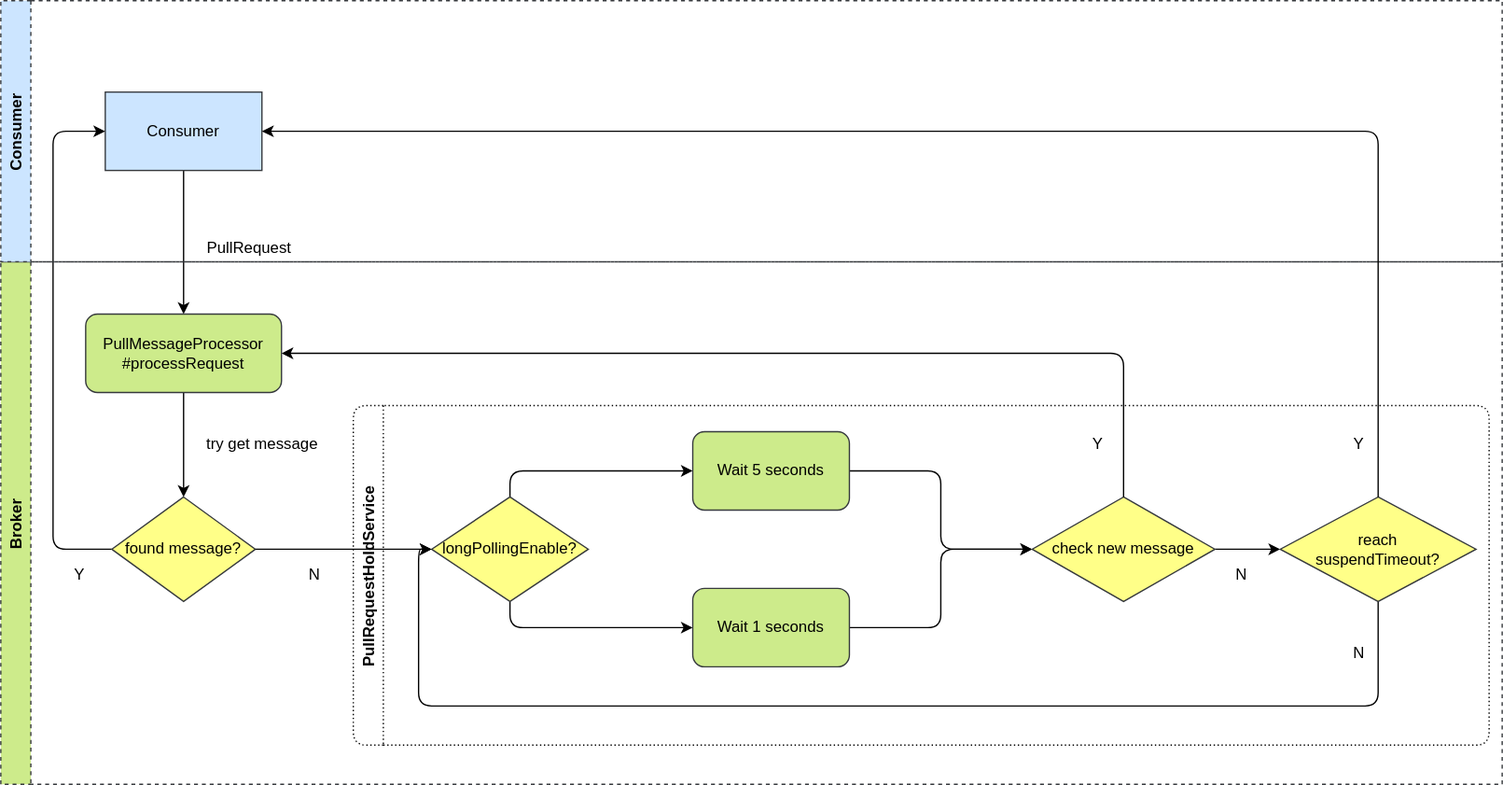
The draw.io diagram rocketmq/consume/long_polling_activity.drawio.svg in HScarb/drawio-diagrams, before a commit. Source tidied: cells renumbered, new cells last; positions are measured from the earlier drawing's top-left corner, leaving out a move shared by most shapes.
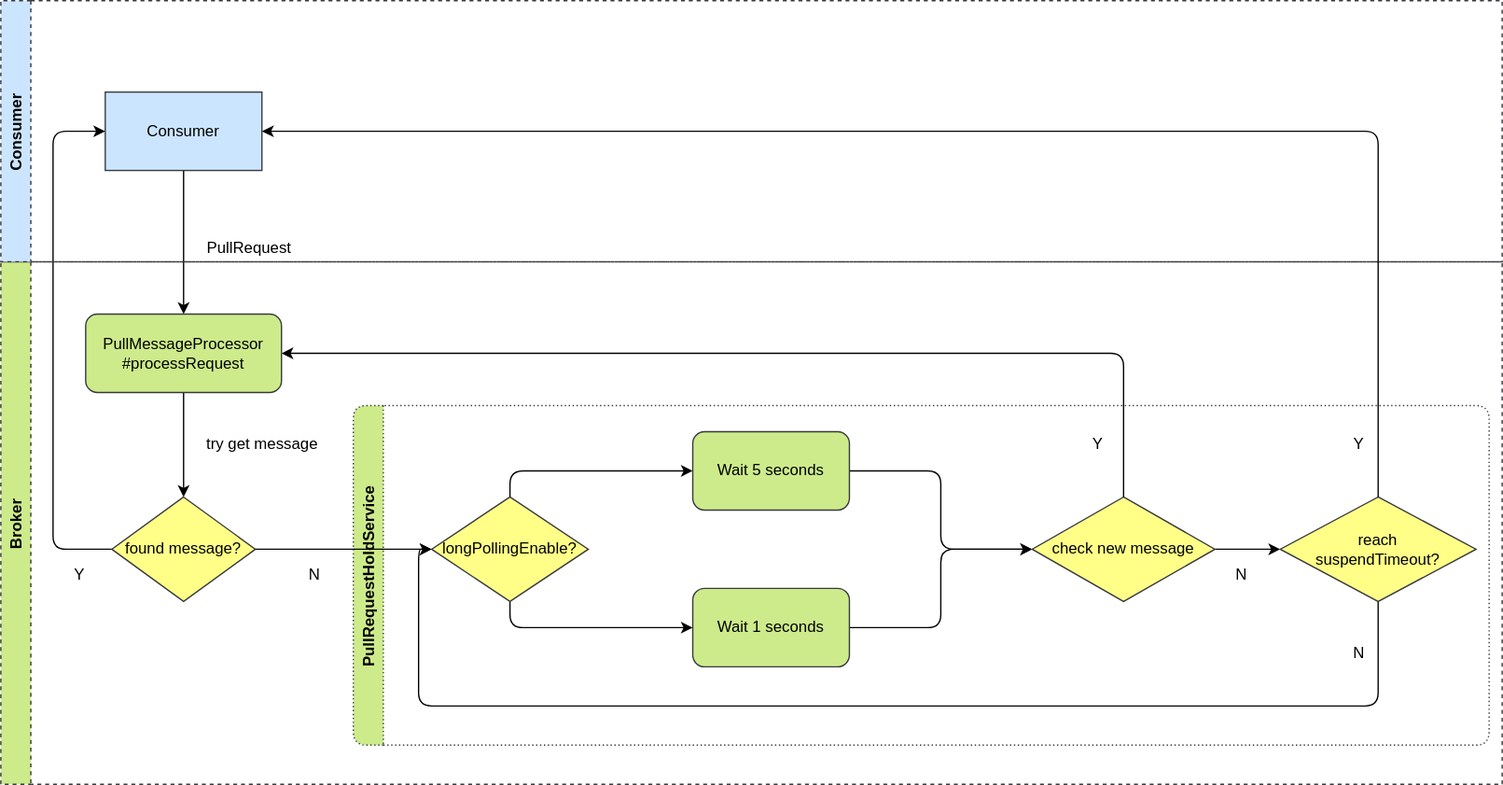
The same diagram one commit later.

Diff of the diagram source:
```diff
@@ -88,7 +88,7 @@
     <mxCell id="26" value="Broker" style="swimlane;horizontal=0;rounded=0;shadow=0;sketch=0;gradientDirection=south;dashed=1;strokeWidth=1;fillColor=#cdeb8b;strokeColor=#36393d;" parent="1" vertex="1">
       <mxGeometry y="200" width="1150" height="400" as="geometry" />
     </mxCell>
-    <mxCell id="27" value="PullRequestHoldService" style="swimlane;horizontal=0;rounded=1;shadow=0;glass=0;dashed=1;sketch=0;strokeWidth=1;gradientDirection=south;dashPattern=1 2;" parent="26" vertex="1">
+    <mxCell id="27" value="PullRequestHoldService" style="swimlane;horizontal=0;rounded=1;shadow=0;glass=0;dashed=1;sketch=0;strokeWidth=1;gradientDirection=south;dashPattern=1 2;fillColor=#cdeb8b;strokeColor=#36393d;swimlaneFillColor=none;swimlaneLine=1;" parent="26" vertex="1">
       <mxGeometry x="270" y="110" width="870" height="260" as="geometry" />
     </mxCell>
     <mxCell id="28" value="N" style="text;html=1;align=center;verticalAlign=middle;strokeColor=none;" parent="26" vertex="1">
```
